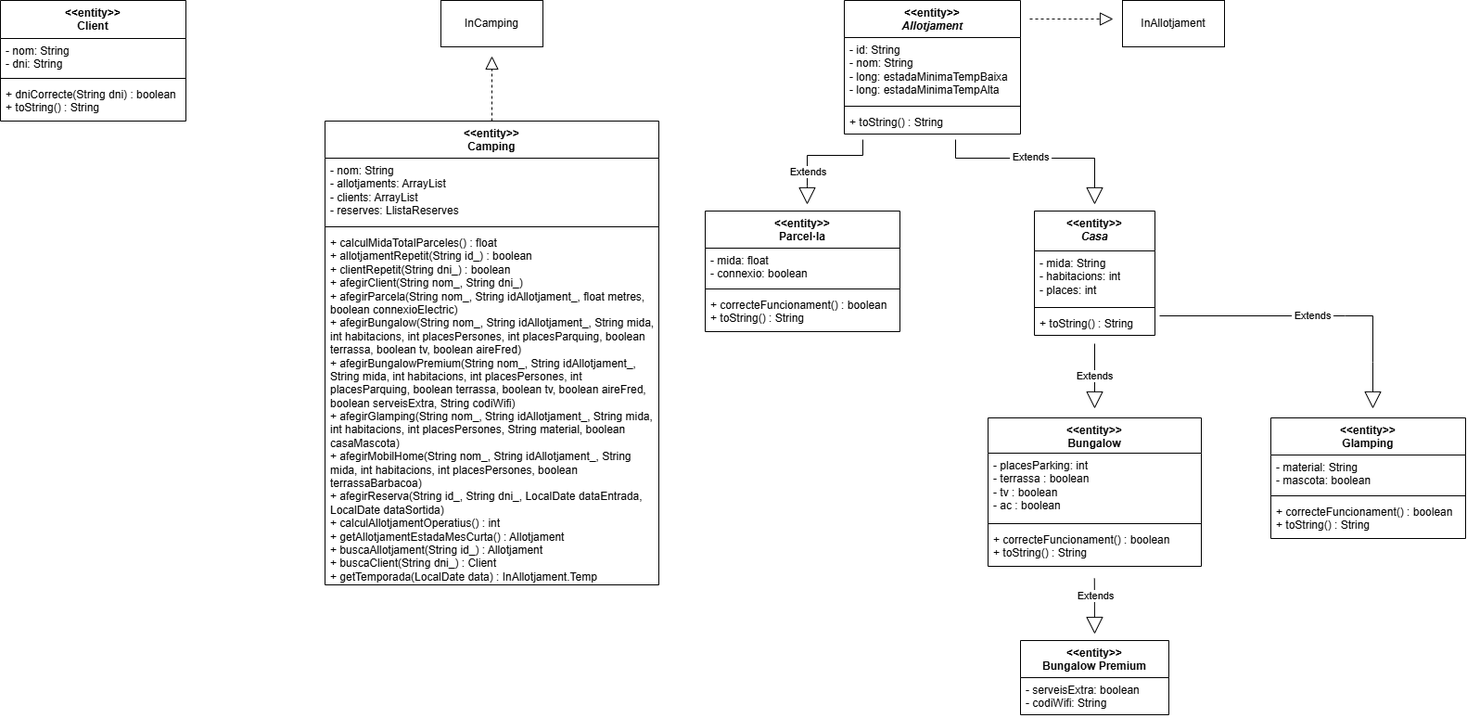
The draw.io diagram Practica1.png in martimiro/Prog-II, before a commit. Source tidied: cells renumbered, new cells last; positions are measured from the earlier drawing's top-left corner, leaving out a move shared by most shapes.
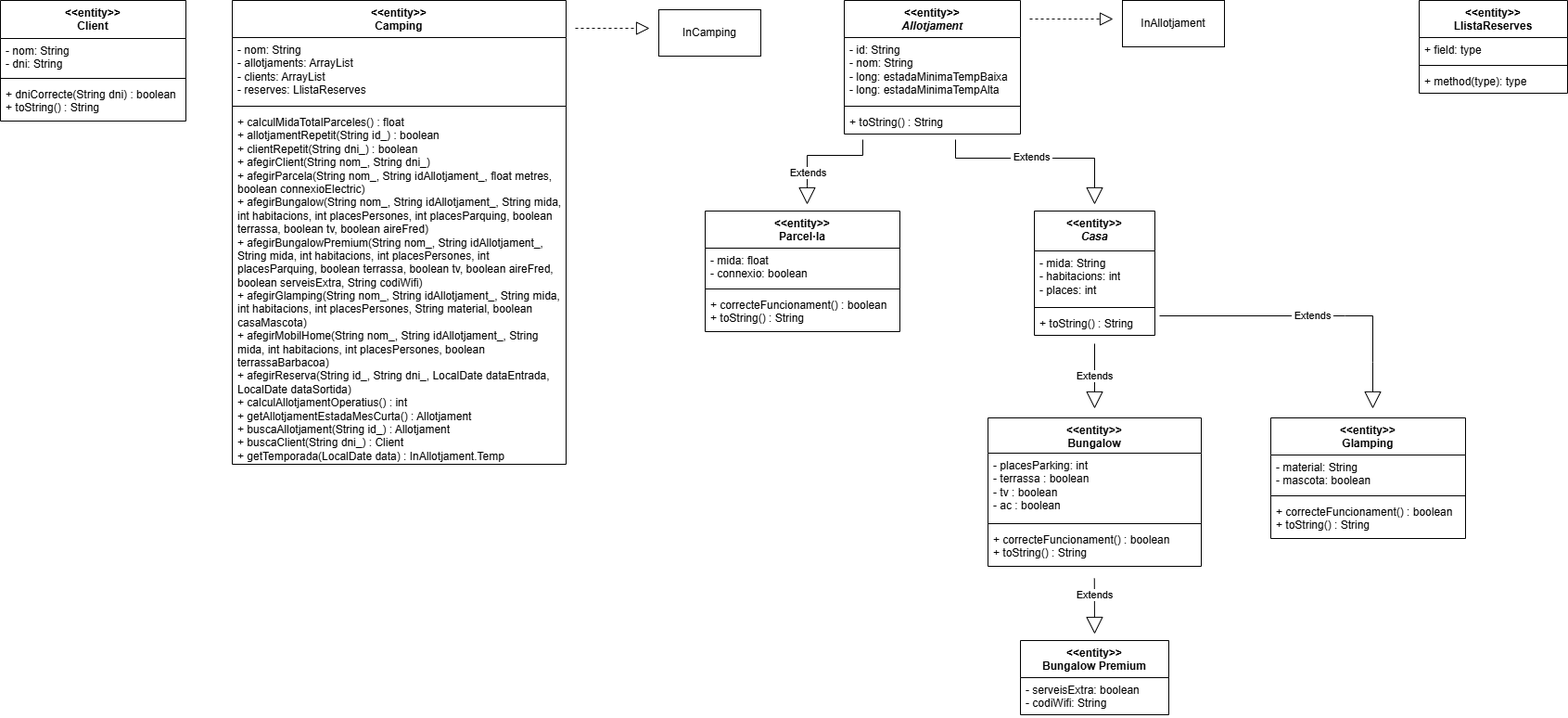
After the change.

The edit, as a diff of the source:
```diff
@@ -3,14 +3,8 @@
     <mxCell id="0" />
     <mxCell id="1" parent="0" />
     <mxCell id="2" value="&lt;div&gt;&amp;lt;&amp;lt;entity&amp;gt;&amp;gt;&lt;/div&gt;Camping" style="swimlane;fontStyle=1;align=center;verticalAlign=top;horizontal=1;startSize=40;whiteSpace=wrap;html=1;" parent="1" vertex="1">
-      <mxGeometry x="350" y="130" width="360" height="500" as="geometry" />
+      <mxGeometry x="250" width="360" height="500" as="geometry" />
     </mxCell>
-    <mxCell id="3" style="endArrow=block;dashed=1;endFill=0;endSize=12;html=1;rounded=0;" parent="2" edge="1">
-      <mxGeometry relative="1" as="geometry">
-        <mxPoint x="180" as="sourcePoint" />
-        <mxPoint x="180" y="-70" as="targetPoint" />
-      </mxGeometry>
-    </mxCell>
     <mxCell id="4" value="- nom: String&lt;div&gt;- allotjaments: ArrayList&lt;/div&gt;&lt;div&gt;- clients: ArrayList&lt;/div&gt;&lt;div&gt;- reserves: LlistaReserves&lt;br&gt;&lt;div&gt;&lt;br&gt;&lt;/div&gt;&lt;/div&gt;" style="text;strokeColor=none;fillColor=none;align=left;verticalAlign=top;spacingLeft=4;spacingRight=4;overflow=hidden;whiteSpace=wrap;html=1;" parent="2" vertex="1">
       <mxGeometry y="40" width="360" height="70" as="geometry" />
     </mxCell>
@@ -51,7 +45,7 @@
       <mxGeometry y="88" width="200" height="42" as="geometry" />
     </mxCell>
     <mxCell id="16" value="InCamping" style="html=1;whiteSpace=wrap;" parent="1" vertex="1">
-      <mxGeometry x="475" width="110" height="50" as="geometry" />
+      <mxGeometry x="710" y="10" width="110" height="50" as="geometry" />
     </mxCell>
     <mxCell id="17" style="endArrow=block;endSize=16;endFill=0;html=1;rounded=0;" parent="1" edge="1">
       <mxGeometry relative="1" as="geometry">
@@ -163,5 +157,23 @@
     <mxCell id="43" value="+ correcteFuncionament() : boolean&lt;div&gt;+ toString() : String&lt;/div&gt;" style="text;strokeColor=none;fillColor=none;align=left;verticalAlign=top;spacingLeft=4;spacingRight=4;overflow=hidden;whiteSpace=wrap;html=1;" parent="40" vertex="1">
       <mxGeometry y="88" width="210" height="42" as="geometry" />
     </mxCell>
+    <mxCell id="44" value="&lt;div&gt;&amp;lt;&amp;lt;entity&amp;gt;&amp;gt;&lt;/div&gt;LlistaReserves" style="swimlane;fontStyle=1;align=center;verticalAlign=top;horizontal=1;startSize=40;whiteSpace=wrap;html=1;" parent="1" vertex="1">
+      <mxGeometry x="1530" width="160" height="100" as="geometry" />
+    </mxCell>
+    <mxCell id="45" value="+ field: type" style="text;strokeColor=none;fillColor=none;align=left;verticalAlign=top;spacingLeft=4;spacingRight=4;overflow=hidden;whiteSpace=wrap;html=1;" parent="44" vertex="1">
+      <mxGeometry y="40" width="160" height="26" as="geometry" />
+    </mxCell>
+    <mxCell id="46" style="line;strokeWidth=1;fillColor=none;align=left;verticalAlign=middle;spacingTop=-1;spacingLeft=3;spacingRight=3;labelPosition=right;strokeColor=inherit;" parent="44" vertex="1">
+      <mxGeometry y="66" width="160" height="8" as="geometry" />
+    </mxCell>
+    <mxCell id="47" value="+ method(type): type" style="text;strokeColor=none;fillColor=none;align=left;verticalAlign=top;spacingLeft=4;spacingRight=4;overflow=hidden;whiteSpace=wrap;html=1;" parent="44" vertex="1">
+      <mxGeometry y="74" width="160" height="26" as="geometry" />
+    </mxCell>
+    <mxCell id="48" style="endArrow=block;dashed=1;endFill=0;endSize=12;html=1;rounded=0;" parent="1" edge="1">
+      <mxGeometry relative="1" as="geometry">
+        <mxPoint x="620" y="30" as="sourcePoint" />
+        <mxPoint x="700" y="30" as="targetPoint" />
+      </mxGeometry>
+    </mxCell>
   </root>
 </mxGraphModel>
```
